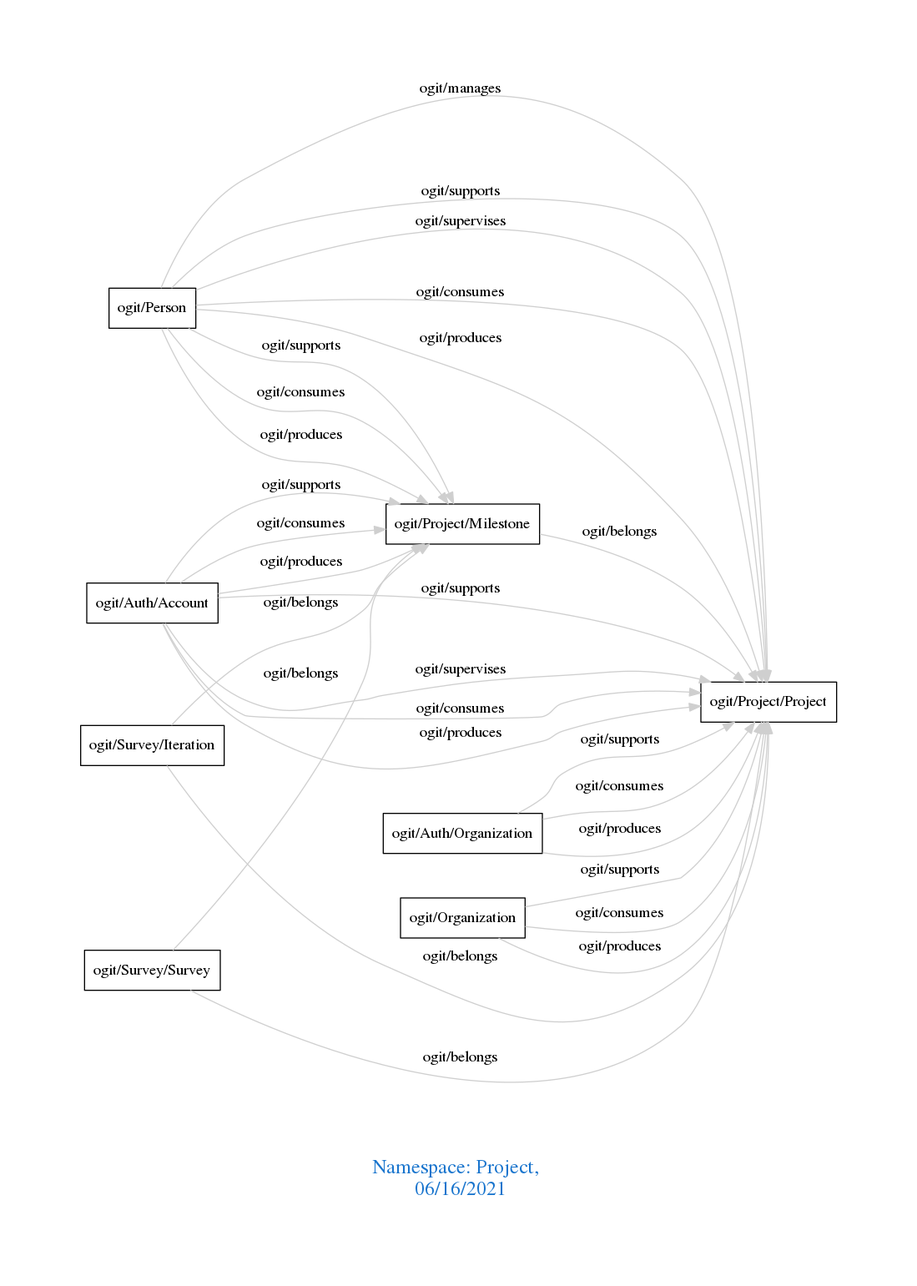
The Graphviz diagram downloads/Project.png in arago/OGIT, before a commit. Its source is kept beside it as downloads/Project.dot.
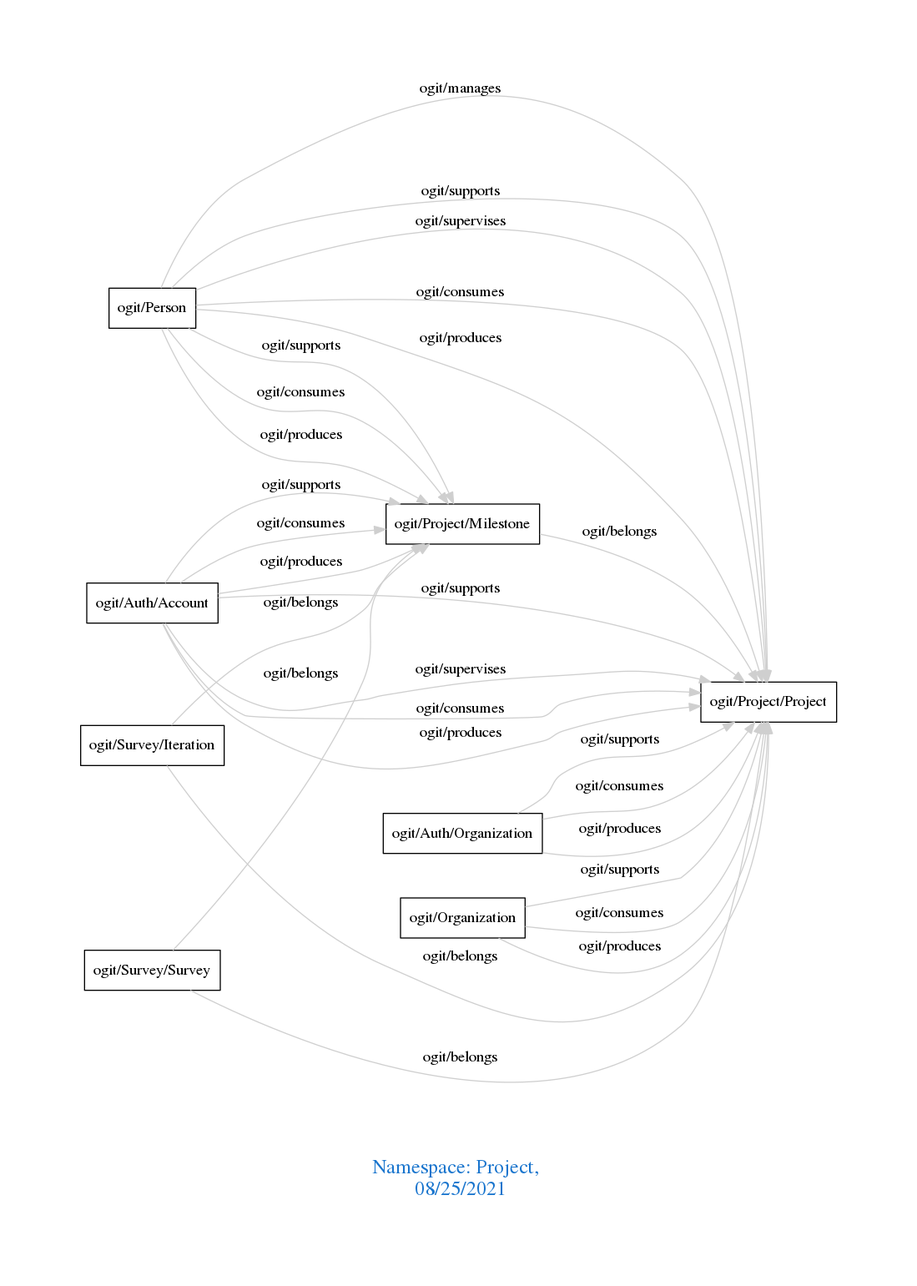
After the change.

Change to the diagram source:
```diff
@@ -1,7 +1,7 @@
 digraph OGIT_ontology {
  graph [ rankdir= LR,pad=1
 fontsize = 18,
-fontcolor= dodgerblue3,label = "\n\n\nNamespace: Project, \n 06/16/2021"];
+fontcolor= dodgerblue3,label = "\n\n\nNamespace: Project, \n 08/25/2021"];
 node[shape=polygon];
 edge [  color="gray81"];
 
```
